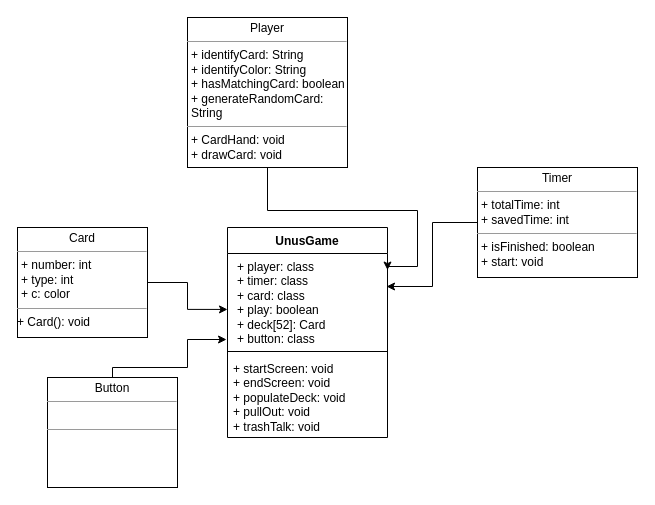
LilianDm/UnoGame keeps this draw.io diagram as UnoGame.drawio. Above is the earlier version. Source tidied: cells renumbered, new cells numbered last; positions are measured from the earlier drawing's top-left corner, leaving out a move shared by most shapes. Both pictures are drawn from the tidied source at 100%, with x=0, y=0 at pixel (17, 17).
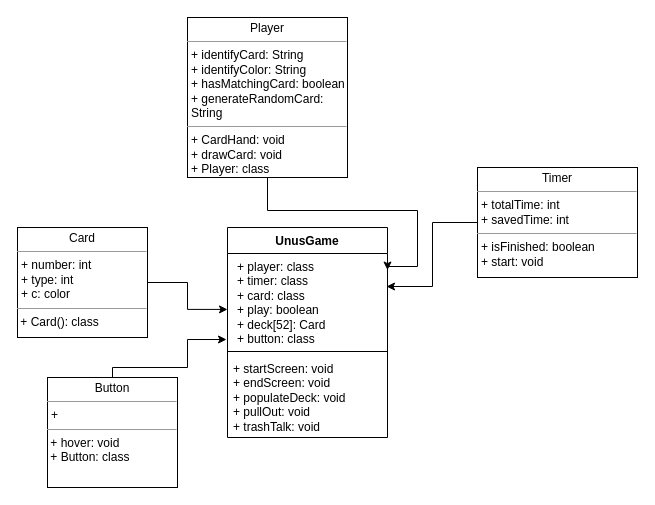
After the change.

What changed in the source:
```diff
@@
 <mxGraphModel>
   <root>
     <mxCell id="0" />
     <mxCell id="1" parent="0" />
     <mxCell id="2" style="edgeStyle=orthogonalEdgeStyle;rounded=0;jettySize=auto;html=1;entryX=1;entryY=0.176;entryDx=0;entryDy=0;entryPerimeter=0;" parent="1" edge="1" source="3" target="7">
       <mxGeometry relative="1" as="geometry">
         <Array as="points">
           <mxPoint x="250" y="193" />
           <mxPoint x="400" y="193" />
           <mxPoint x="400" y="249" />
         </Array>
       </mxGeometry>
     </mxCell>
-    <mxCell id="3" value="&lt;p style=&quot;margin:0px;margin-top:4px;text-align:center;&quot;&gt;Player&lt;/p&gt;&lt;hr size=&quot;1&quot;&gt;&lt;p style=&quot;margin:0px;margin-left:4px;&quot;&gt;+ identifyCard: String&lt;/p&gt;&lt;p style=&quot;margin:0px;margin-left:4px;&quot;&gt;+ identifyColor: String&lt;/p&gt;&lt;p style=&quot;margin:0px;margin-left:4px;&quot;&gt;+ hasMatchingCard: boolean&lt;/p&gt;&lt;p style=&quot;margin:0px;margin-left:4px;&quot;&gt;+ generateRandomCard: String&lt;/p&gt;&lt;hr size=&quot;1&quot;&gt;&lt;p style=&quot;margin:0px;margin-left:4px;&quot;&gt;+ CardHand: void&lt;br&gt;&lt;/p&gt;&lt;p style=&quot;margin:0px;margin-left:4px;&quot;&gt;+ drawCard: void&lt;br&gt;&lt;/p&gt;" style="verticalAlign=top;align=left;overflow=fill;html=1;whiteSpace=wrap;" parent="1" vertex="1">
-      <mxGeometry x="170" width="160" height="150" as="geometry" />
+    <mxCell id="3" value="&lt;p style=&quot;margin:0px;margin-top:4px;text-align:center;&quot;&gt;Player&lt;/p&gt;&lt;hr size=&quot;1&quot;&gt;&lt;p style=&quot;margin:0px;margin-left:4px;&quot;&gt;+ identifyCard: String&lt;/p&gt;&lt;p style=&quot;margin:0px;margin-left:4px;&quot;&gt;+ identifyColor: String&lt;/p&gt;&lt;p style=&quot;margin:0px;margin-left:4px;&quot;&gt;+ hasMatchingCard: boolean&lt;/p&gt;&lt;p style=&quot;margin:0px;margin-left:4px;&quot;&gt;+ generateRandomCard: String&lt;/p&gt;&lt;hr size=&quot;1&quot;&gt;&lt;p style=&quot;margin:0px;margin-left:4px;&quot;&gt;+ CardHand: void&lt;br&gt;&lt;/p&gt;&lt;p style=&quot;margin:0px;margin-left:4px;&quot;&gt;+ drawCard: void&lt;br&gt;&lt;/p&gt;&lt;p style=&quot;margin:0px;margin-left:4px;&quot;&gt;+ Player: class&lt;/p&gt;" style="verticalAlign=top;align=left;overflow=fill;html=1;whiteSpace=wrap;" parent="1" vertex="1">
+      <mxGeometry x="170" width="160" height="160" as="geometry" />
     </mxCell>
     <mxCell id="4" style="edgeStyle=orthogonalEdgeStyle;rounded=0;jettySize=auto;html=1;entryX=0;entryY=0.595;entryDx=0;entryDy=0;entryPerimeter=0;" parent="1" edge="1" source="5" target="7">
       <mxGeometry relative="1" as="geometry" />
     </mxCell>
-    <mxCell id="5" value="&lt;p style=&quot;margin:0px;margin-top:4px;text-align:center;&quot;&gt;Card&lt;/p&gt;&lt;hr size=&quot;1&quot;&gt;&lt;p style=&quot;margin:0px;margin-left:4px;&quot;&gt;+ number: int&lt;/p&gt;&lt;p style=&quot;margin:0px;margin-left:4px;&quot;&gt;+ type: int&lt;/p&gt;&lt;p style=&quot;margin:0px;margin-left:4px;&quot;&gt;&lt;span style=&quot;background-color: initial;&quot;&gt;+ c: color&lt;/span&gt;&lt;/p&gt;&lt;hr size=&quot;1&quot;&gt;+ Card(): void&lt;p style=&quot;margin:0px;margin-left:4px;&quot;&gt;&lt;/p&gt;" style="verticalAlign=top;align=left;overflow=fill;html=1;whiteSpace=wrap;" parent="1" vertex="1">
+    <mxCell id="5" value="&lt;p style=&quot;margin:0px;margin-top:4px;text-align:center;&quot;&gt;Card&lt;/p&gt;&lt;hr size=&quot;1&quot;&gt;&lt;p style=&quot;margin:0px;margin-left:4px;&quot;&gt;+ number: int&lt;/p&gt;&lt;p style=&quot;margin:0px;margin-left:4px;&quot;&gt;+ type: int&lt;/p&gt;&lt;p style=&quot;margin:0px;margin-left:4px;&quot;&gt;&lt;span style=&quot;background-color: initial;&quot;&gt;+ c: color&lt;/span&gt;&lt;/p&gt;&lt;hr size=&quot;1&quot;&gt;&amp;nbsp;+ Card(): class&lt;p style=&quot;margin:0px;margin-left:4px;&quot;&gt;&lt;/p&gt;" style="verticalAlign=top;align=left;overflow=fill;html=1;whiteSpace=wrap;" parent="1" vertex="1">
       <mxGeometry y="210" width="130" height="110" as="geometry" />
     </mxCell>
     <mxCell id="6" value="UnusGame" style="swimlane;fontStyle=1;align=center;verticalAlign=top;horizontal=1;startSize=26;whiteSpace=wrap;html=1;" parent="1" vertex="1">
       <mxGeometry x="210" y="210" width="160" height="210" as="geometry" />
     </mxCell>
     <mxCell id="7" value="&lt;p style=&quot;--tw-border-spacing-x: 0; --tw-border-spacing-y: 0; --tw-translate-x: 0; --tw-translate-y: 0; --tw-rotate: 0; --tw-skew-x: 0; --tw-skew-y: 0; --tw-scale-x: 1; --tw-scale-y: 1; --tw-pan-x: ; --tw-pan-y: ; --tw-pinch-zoom: ; --tw-scroll-snap-strictness: proximity; --tw-gradient-from-position: ; --tw-gradient-via-position: ; --tw-gradient-to-position: ; --tw-ordinal: ; --tw-slashed-zero: ; --tw-numeric-figure: ; --tw-numeric-spacing: ; --tw-numeric-fraction: ; --tw-ring-inset: ; --tw-ring-offset-width: 0px; --tw-ring-offset-color: #fff; --tw-ring-color: rgb(59 130 246 / .5); --tw-ring-offset-shadow: 0 0 #0000; --tw-ring-shadow: 0 0 #0000; --tw-shadow: 0 0 #0000; --tw-shadow-colored: 0 0 #0000; --tw-blur: ; --tw-brightness: ; --tw-contrast: ; --tw-grayscale: ; --tw-hue-rotate: ; --tw-invert: ; --tw-saturate: ; --tw-sepia: ; --tw-drop-shadow: ; --tw-backdrop-blur: ; --tw-backdrop-brightness: ; --tw-backdrop-contrast: ; --tw-backdrop-grayscale: ; --tw-backdrop-hue-rotate: ; --tw-backdrop-invert: ; --tw-backdrop-opacity: ; --tw-backdrop-saturate: ; --tw-backdrop-sepia: ; border-color: var(--border-color); margin: 0px 0px 0px 4px;&quot;&gt;+ player: class&lt;/p&gt;&lt;p style=&quot;--tw-border-spacing-x: 0; --tw-border-spacing-y: 0; --tw-translate-x: 0; --tw-translate-y: 0; --tw-rotate: 0; --tw-skew-x: 0; --tw-skew-y: 0; --tw-scale-x: 1; --tw-scale-y: 1; --tw-pan-x: ; --tw-pan-y: ; --tw-pinch-zoom: ; --tw-scroll-snap-strictness: proximity; --tw-gradient-from-position: ; --tw-gradient-via-position: ; --tw-gradient-to-position: ; --tw-ordinal: ; --tw-slashed-zero: ; --tw-numeric-figure: ; --tw-numeric-spacing: ; --tw-numeric-fraction: ; --tw-ring-inset: ; --tw-ring-offset-width: 0px; --tw-ring-offset-color: #fff; --tw-ring-color: rgb(59 130 246 / .5); --tw-ring-offset-shadow: 0 0 #0000; --tw-ring-shadow: 0 0 #0000; --tw-shadow: 0 0 #0000; --tw-shadow-colored: 0 0 #0000; --tw-blur: ; --tw-brightness: ; --tw-contrast: ; --tw-grayscale: ; --tw-hue-rotate: ; --tw-invert: ; --tw-saturate: ; --tw-sepia: ; --tw-drop-shadow: ; --tw-backdrop-blur: ; --tw-backdrop-brightness: ; --tw-backdrop-contrast: ; --tw-backdrop-grayscale: ; --tw-backdrop-hue-rotate: ; --tw-backdrop-invert: ; --tw-backdrop-opacity: ; --tw-backdrop-saturate: ; --tw-backdrop-sepia: ; border-color: var(--border-color); margin: 0px 0px 0px 4px;&quot;&gt;+ timer: class&lt;/p&gt;&lt;p style=&quot;--tw-border-spacing-x: 0; --tw-border-spacing-y: 0; --tw-translate-x: 0; --tw-translate-y: 0; --tw-rotate: 0; --tw-skew-x: 0; --tw-skew-y: 0; --tw-scale-x: 1; --tw-scale-y: 1; --tw-pan-x: ; --tw-pan-y: ; --tw-pinch-zoom: ; --tw-scroll-snap-strictness: proximity; --tw-gradient-from-position: ; --tw-gradient-via-position: ; --tw-gradient-to-position: ; --tw-ordinal: ; --tw-slashed-zero: ; --tw-numeric-figure: ; --tw-numeric-spacing: ; --tw-numeric-fraction: ; --tw-ring-inset: ; --tw-ring-offset-width: 0px; --tw-ring-offset-color: #fff; --tw-ring-color: rgb(59 130 246 / .5); --tw-ring-offset-shadow: 0 0 #0000; --tw-ring-shadow: 0 0 #0000; --tw-shadow: 0 0 #0000; --tw-shadow-colored: 0 0 #0000; --tw-blur: ; --tw-brightness: ; --tw-contrast: ; --tw-grayscale: ; --tw-hue-rotate: ; --tw-invert: ; --tw-saturate: ; --tw-sepia: ; --tw-drop-shadow: ; --tw-backdrop-blur: ; --tw-backdrop-brightness: ; --tw-backdrop-contrast: ; --tw-backdrop-grayscale: ; --tw-backdrop-hue-rotate: ; --tw-backdrop-invert: ; --tw-backdrop-opacity: ; --tw-backdrop-saturate: ; --tw-backdrop-sepia: ; border-color: var(--border-color); margin: 0px 0px 0px 4px;&quot;&gt;+ card: class&lt;/p&gt;&lt;p style=&quot;--tw-border-spacing-x: 0; --tw-border-spacing-y: 0; --tw-translate-x: 0; --tw-translate-y: 0; --tw-rotate: 0; --tw-skew-x: 0; --tw-skew-y: 0; --tw-scale-x: 1; --tw-scale-y: 1; --tw-pan-x: ; --tw-pan-y: ; --tw-pinch-zoom: ; --tw-scroll-snap-strictness: proximity; --tw-gradient-from-position: ; --tw-gradient-via-position: ; --tw-gradient-to-position: ; --tw-ordinal: ; --tw-slashed-zero: ; --tw-numeric-figure: ; --tw-numeric-spacing: ; --tw-numeric-fraction: ; --tw-ring-inset: ; --tw-ring-offset-width: 0px; --tw-ring-offset-color: #fff; --tw-ring-color: rgb(59 130 246 / .5); --tw-ring-offset-shadow: 0 0 #0000; --tw-ring-shadow: 0 0 #0000; --tw-shadow: 0 0 #0000; --tw-shadow-colored: 0 0 #0000; --tw-blur: ; --tw-brightness: ; --tw-contrast: ; --tw-grayscale: ; --tw-hue-rotate: ; --tw-invert: ; --tw-saturate: ; --tw-sepia: ; --tw-drop-shadow: ; --tw-backdrop-blur: ; --tw-backdrop-brightness: ; --tw-backdrop-contrast: ; --tw-backdrop-grayscale: ; --tw-backdrop-hue-rotate: ; --tw-backdrop-invert: ; --tw-backdrop-opacity: ; --tw-backdrop-saturate: ; --tw-backdrop-sepia: ; border-color: var(--border-color); margin: 0px 0px 0px 4px;&quot;&gt;&lt;span style=&quot;background-color: initial;&quot;&gt;+ play: boolean&lt;/span&gt;&lt;/p&gt;&lt;p style=&quot;--tw-border-spacing-x: 0; --tw-border-spacing-y: 0; --tw-translate-x: 0; --tw-translate-y: 0; --tw-rotate: 0; --tw-skew-x: 0; --tw-skew-y: 0; --tw-scale-x: 1; --tw-scale-y: 1; --tw-pan-x: ; --tw-pan-y: ; --tw-pinch-zoom: ; --tw-scroll-snap-strictness: proximity; --tw-gradient-from-position: ; --tw-gradient-via-position: ; --tw-gradient-to-position: ; --tw-ordinal: ; --tw-slashed-zero: ; --tw-numeric-figure: ; --tw-numeric-spacing: ; --tw-numeric-fraction: ; --tw-ring-inset: ; --tw-ring-offset-width: 0px; --tw-ring-offset-color: #fff; --tw-ring-color: rgb(59 130 246 / .5); --tw-ring-offset-shadow: 0 0 #0000; --tw-ring-shadow: 0 0 #0000; --tw-shadow: 0 0 #0000; --tw-shadow-colored: 0 0 #0000; --tw-blur: ; --tw-brightness: ; --tw-contrast: ; --tw-grayscale: ; --tw-hue-rotate: ; --tw-invert: ; --tw-saturate: ; --tw-sepia: ; --tw-drop-shadow: ; --tw-backdrop-blur: ; --tw-backdrop-brightness: ; --tw-backdrop-contrast: ; --tw-backdrop-grayscale: ; --tw-backdrop-hue-rotate: ; --tw-backdrop-invert: ; --tw-backdrop-opacity: ; --tw-backdrop-saturate: ; --tw-backdrop-sepia: ; border-color: var(--border-color); margin: 0px 0px 0px 4px;&quot;&gt;&lt;span style=&quot;background-color: initial;&quot;&gt;+ deck[52]: Card&lt;/span&gt;&lt;br&gt;&lt;/p&gt;&lt;p style=&quot;--tw-border-spacing-x: 0; --tw-border-spacing-y: 0; --tw-translate-x: 0; --tw-translate-y: 0; --tw-rotate: 0; --tw-skew-x: 0; --tw-skew-y: 0; --tw-scale-x: 1; --tw-scale-y: 1; --tw-pan-x: ; --tw-pan-y: ; --tw-pinch-zoom: ; --tw-scroll-snap-strictness: proximity; --tw-gradient-from-position: ; --tw-gradient-via-position: ; --tw-gradient-to-position: ; --tw-ordinal: ; --tw-slashed-zero: ; --tw-numeric-figure: ; --tw-numeric-spacing: ; --tw-numeric-fraction: ; --tw-ring-inset: ; --tw-ring-offset-width: 0px; --tw-ring-offset-color: #fff; --tw-ring-color: rgb(59 130 246 / .5); --tw-ring-offset-shadow: 0 0 #0000; --tw-ring-shadow: 0 0 #0000; --tw-shadow: 0 0 #0000; --tw-shadow-colored: 0 0 #0000; --tw-blur: ; --tw-brightness: ; --tw-contrast: ; --tw-grayscale: ; --tw-hue-rotate: ; --tw-invert: ; --tw-saturate: ; --tw-sepia: ; --tw-drop-shadow: ; --tw-backdrop-blur: ; --tw-backdrop-brightness: ; --tw-backdrop-contrast: ; --tw-backdrop-grayscale: ; --tw-backdrop-hue-rotate: ; --tw-backdrop-invert: ; --tw-backdrop-opacity: ; --tw-backdrop-saturate: ; --tw-backdrop-sepia: ; border-color: var(--border-color); margin: 0px 0px 0px 4px;&quot;&gt;&lt;span style=&quot;background-color: initial;&quot;&gt;+ button: class&lt;/span&gt;&lt;/p&gt;" style="text;strokeColor=none;fillColor=none;align=left;verticalAlign=top;spacingLeft=4;spacingRight=4;overflow=hidden;points=[[0,0.5],[1,0.5]];portConstraint=eastwest;whiteSpace=wrap;html=1;" parent="6" vertex="1">
       <mxGeometry y="26" width="160" height="94" as="geometry" />
     </mxCell>
     <mxCell id="8" style="line;strokeWidth=1;fillColor=none;align=left;verticalAlign=middle;spacingTop=-1;spacingLeft=3;spacingRight=3;labelPosition=right;strokeColor=inherit;" parent="6" vertex="1">
       <mxGeometry y="120" width="160" height="8" as="geometry" />
     </mxCell>
     <mxCell id="9" value="+ startScreen: void&lt;br&gt;+ endScreen: void&lt;br&gt;+ populateDeck: void&lt;br&gt;+ pullOut: void&lt;br&gt;+ trashTalk: void" style="text;strokeColor=none;fillColor=none;align=left;verticalAlign=top;spacingLeft=4;spacingRight=4;overflow=hidden;whiteSpace=wrap;html=1;" parent="6" vertex="1">
       <mxGeometry y="128" width="160" height="82" as="geometry" />
     </mxCell>
     <mxCell id="10" style="edgeStyle=orthogonalEdgeStyle;rounded=0;jettySize=auto;html=1;entryX=0.994;entryY=0.351;entryDx=0;entryDy=0;entryPerimeter=0;" parent="1" edge="1" source="11" target="7">
       <mxGeometry relative="1" as="geometry" />
     </mxCell>
     <mxCell id="11" value="&lt;p style=&quot;margin:0px;margin-top:4px;text-align:center;&quot;&gt;Timer&lt;/p&gt;&lt;hr size=&quot;1&quot;&gt;&lt;p style=&quot;margin:0px;margin-left:4px;&quot;&gt;+ totalTime: int&lt;/p&gt;&lt;p style=&quot;margin:0px;margin-left:4px;&quot;&gt;+ savedTime: int&lt;/p&gt;&lt;hr size=&quot;1&quot;&gt;&lt;p style=&quot;margin:0px;margin-left:4px;&quot;&gt;+ isFinished: boolean&lt;/p&gt;&lt;p style=&quot;margin:0px;margin-left:4px;&quot;&gt;+ start: void&lt;/p&gt;" style="verticalAlign=top;align=left;overflow=fill;html=1;whiteSpace=wrap;" parent="1" vertex="1">
       <mxGeometry x="460" y="150" width="160" height="110" as="geometry" />
     </mxCell>
-    <mxCell id="12" value="&lt;p style=&quot;margin:0px;margin-top:4px;text-align:center;&quot;&gt;Button&lt;/p&gt;&lt;hr size=&quot;1&quot;&gt;&lt;p style=&quot;margin:0px;margin-left:4px;&quot;&gt;&lt;br&gt;&lt;/p&gt;&lt;hr size=&quot;1&quot;&gt;&lt;p style=&quot;margin:0px;margin-left:4px;&quot;&gt;&lt;/p&gt;" style="verticalAlign=top;align=left;overflow=fill;html=1;whiteSpace=wrap;" parent="1" vertex="1">
+    <mxCell id="12" value="&lt;p style=&quot;margin:0px;margin-top:4px;text-align:center;&quot;&gt;Button&lt;/p&gt;&lt;hr size=&quot;1&quot;&gt;&lt;p style=&quot;margin:0px;margin-left:4px;&quot;&gt;+&amp;nbsp;&lt;br&gt;&lt;/p&gt;&lt;hr size=&quot;1&quot;&gt;&amp;nbsp;+ hover: void&lt;br&gt;&amp;nbsp;+ Button: class&lt;br&gt;&lt;p style=&quot;margin:0px;margin-left:4px;&quot;&gt;&lt;/p&gt;" style="verticalAlign=top;align=left;overflow=fill;html=1;whiteSpace=wrap;" parent="1" vertex="1">
       <mxGeometry x="30" y="360" width="130" height="110" as="geometry" />
     </mxCell>
     <mxCell id="13" style="edgeStyle=orthogonalEdgeStyle;rounded=0;jettySize=auto;html=1;entryX=-0.006;entryY=0.915;entryDx=0;entryDy=0;entryPerimeter=0;" parent="1" edge="1" source="12" target="7">
       <mxGeometry relative="1" as="geometry">
         <Array as="points">
           <mxPoint x="95" y="350" />
           <mxPoint x="170" y="350" />
           <mxPoint x="170" y="322" />
         </Array>
       </mxGeometry>
     </mxCell>
   </root>
 </mxGraphModel>
```
